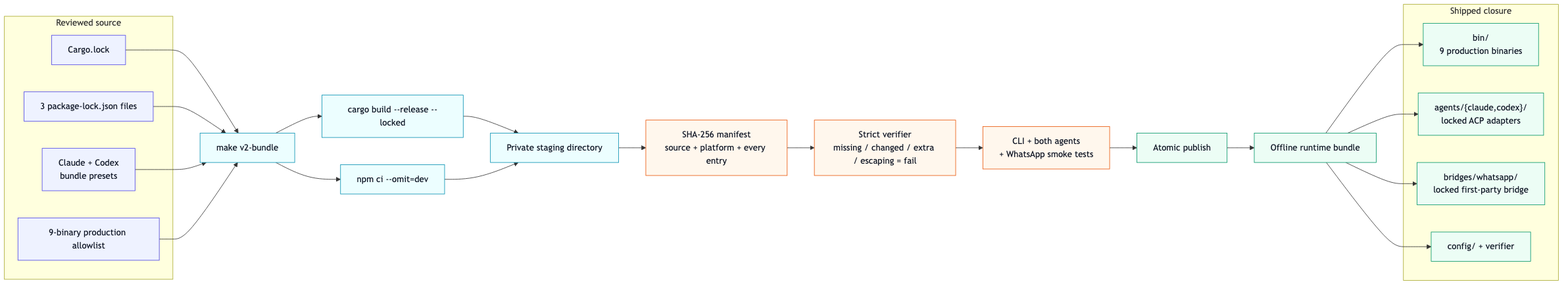
The Mermaid diagram v2/docs/runtime-bundle-flow.png in fontanierh/crab, before a commit. Its source is kept beside it as v2/docs/runtime-bundle-flow.mmd.
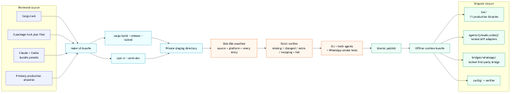
Above is the later version.

Diff of the diagram source:
```diff
@@ -24,7 +24,7 @@
 
     ATOMIC --> BUNDLE["Offline runtime bundle"]
     subgraph CONTENTS["Shipped closure"]
-        BIN["bin/\n9 production binaries"]
+        BIN["bin/\n11 production binaries"]
         AGENT["agents/{claude,codex}/\nlocked ACP adapters"]
         BRIDGE["bridges/whatsapp/\nlocked first-party bridge"]
         CFG["config/ + verifier"]
```
